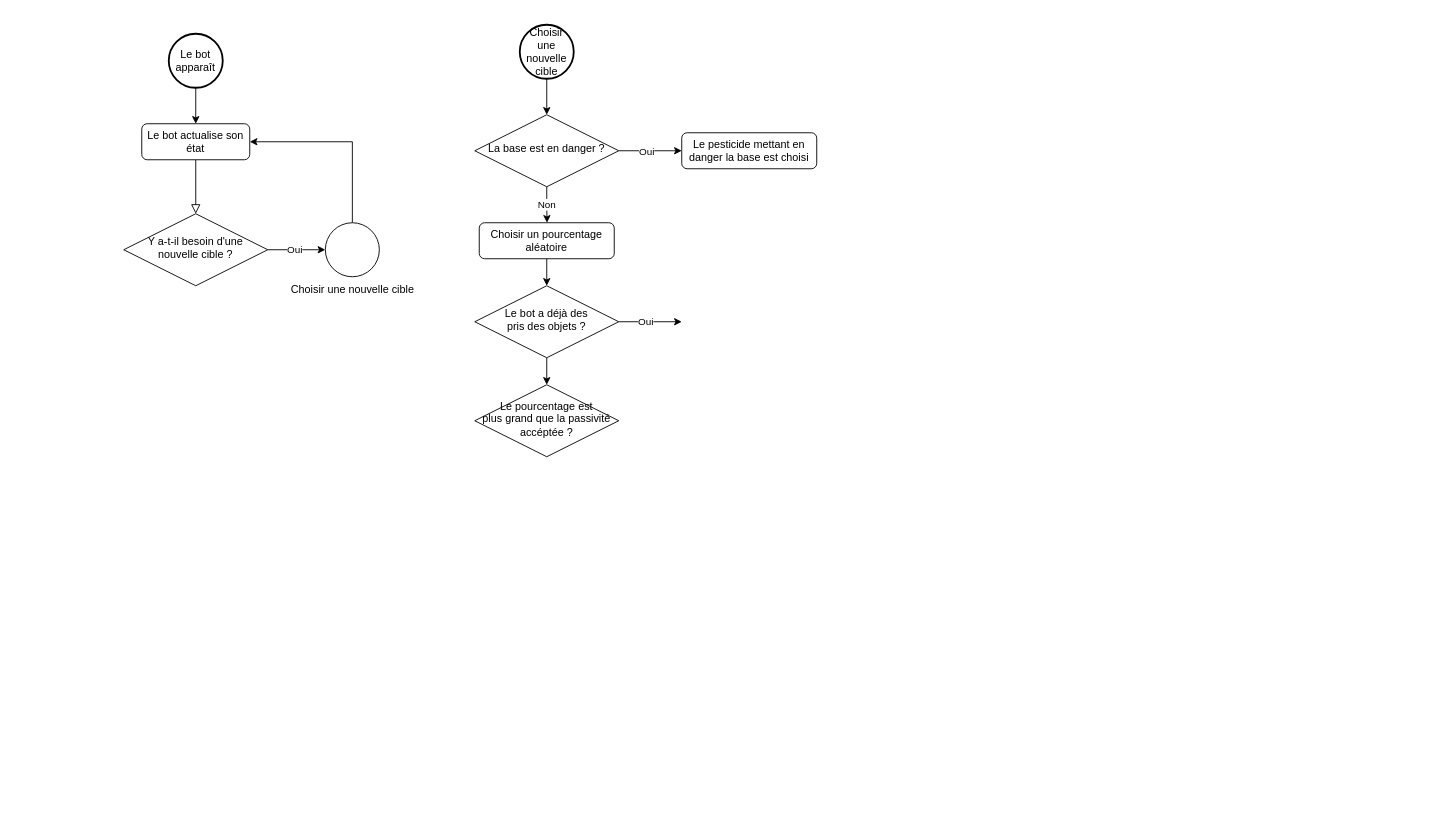
Earlier version of the draw.io diagram Documentation/BotsFlowchart.drawio (Neliott/BeesIO-Game). Source tidied: cells renumbered, new cells numbered last; positions are measured from the earlier drawing's top-left corner, leaving out a move shared by most shapes. Both pictures are drawn from the tidied source at 90%, with x=0, y=0 at pixel (123, 24).
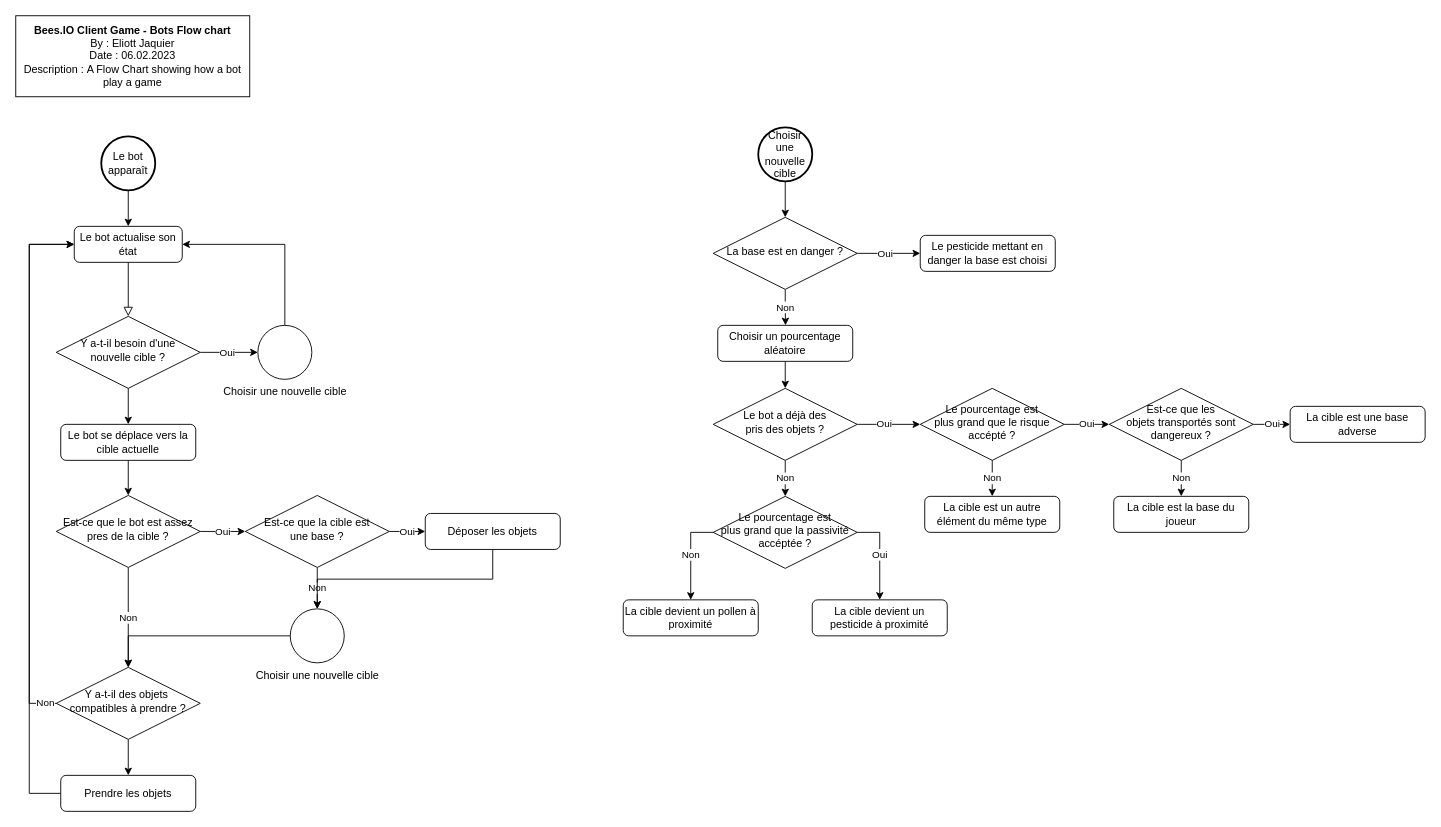
After the change.

Commit message (it also covers changes not shown here):
End of bots flowchart

Change to the diagram source:
```diff
@@
     <mxCell id="3" value="Le bot actualise son état" style="rounded=1;whiteSpace=wrap;html=1;fontSize=12;glass=0;strokeWidth=1;shadow=0;" parent="1" vertex="1">
-      <mxGeometry x="20" y="110" width="120" height="40" as="geometry" />
+      <mxGeometry x="-55" y="224" width="120" height="40" as="geometry" />
     </mxCell>
@@
+    <mxCell id="23" style="edgeStyle=orthogonalEdgeStyle;rounded=0;jettySize=auto;html=1;exitX=0.5;exitY=1;exitDx=0;exitDy=0;" parent="1" edge="1" source="5" target="38">
+      <mxGeometry relative="1" as="geometry" />
+    </mxCell>
     <mxCell id="5" value="Y a-t-il besoin d'une nouvelle cible ?" style="rhombus;whiteSpace=wrap;html=1;shadow=0;fontFamily=Helvetica;fontSize=12;align=center;strokeWidth=1;spacing=6;spacingTop=-4;" parent="1" vertex="1">
-      <mxGeometry y="210" width="160" height="80" as="geometry" />
+      <mxGeometry x="-75" y="324" width="160" height="80" as="geometry" />
     </mxCell>
@@
     <mxCell id="7" value="Le bot apparaît" style="strokeWidth=2;html=1;shape=mxgraph.flowchart.start_2;whiteSpace=wrap;" parent="1" vertex="1">
-      <mxGeometry x="50" y="10" width="60" height="60" as="geometry" />
+      <mxGeometry x="-25" y="124" width="60" height="60" as="geometry" />
     </mxCell>
@@
     <mxCell id="9" value="Choisir une nouvelle cible" style="verticalLabelPosition=bottom;verticalAlign=top;html=1;shape=mxgraph.flowchart.on-page_reference;" parent="1" vertex="1">
-      <mxGeometry x="224" y="220" width="60" height="60" as="geometry" />
+      <mxGeometry x="149" y="334" width="60" height="60" as="geometry" />
     </mxCell>
@@
     <mxCell id="11" value="Choisir une nouvelle cible" style="strokeWidth=2;html=1;shape=mxgraph.flowchart.start_2;whiteSpace=wrap;" parent="1" vertex="1">
-      <mxGeometry x="440" width="60" height="60" as="geometry" />
+      <mxGeometry x="705" y="114" width="60" height="60" as="geometry" />
     </mxCell>
@@
     <mxCell id="14" value="Non" style="edgeStyle=orthogonalEdgeStyle;rounded=0;jettySize=auto;html=1;exitX=0.5;exitY=1;exitDx=0;exitDy=0;" parent="1" edge="1" source="15">
       <mxGeometry relative="1" as="geometry">
-        <mxPoint x="470.3" y="220" as="targetPoint" />
+        <mxPoint x="735.3" y="334" as="targetPoint" />
       </mxGeometry>
     </mxCell>
     <mxCell id="15" value="La base est en danger ?" style="rhombus;whiteSpace=wrap;html=1;shadow=0;fontFamily=Helvetica;fontSize=12;align=center;strokeWidth=1;spacing=6;spacingTop=-4;" parent="1" vertex="1">
-      <mxGeometry x="390" y="100" width="160" height="80" as="geometry" />
+      <mxGeometry x="655" y="214" width="160" height="80" as="geometry" />
     </mxCell>
     <mxCell id="16" value="Le pesticide mettant en danger la base est choisi" style="rounded=1;whiteSpace=wrap;html=1;fontSize=12;glass=0;strokeWidth=1;shadow=0;" parent="1" vertex="1">
-      <mxGeometry x="620" y="120" width="150" height="40" as="geometry" />
+      <mxGeometry x="885" y="234" width="150" height="40" as="geometry" />
     </mxCell>
@@
     <mxCell id="18" value="Choisir un pourcentage aléatoire" style="rounded=1;whiteSpace=wrap;html=1;fontSize=12;glass=0;strokeWidth=1;shadow=0;" parent="1" vertex="1">
-      <mxGeometry x="395" y="220" width="150" height="40" as="geometry" />
+      <mxGeometry x="660" y="334" width="150" height="40" as="geometry" />
     </mxCell>
     <mxCell id="19" value="Oui" style="edgeStyle=orthogonalEdgeStyle;rounded=0;jettySize=auto;html=1;exitX=1;exitY=0.5;exitDx=0;exitDy=0;" parent="1" edge="1" source="21">
       <mxGeometry x="-0.14" relative="1" as="geometry">
-        <mxPoint x="620" y="330" as="targetPoint" />
+        <mxPoint x="885" y="444" as="targetPoint" />
       </mxGeometry>
     </mxCell>
-    <mxCell id="20" style="edgeStyle=orthogonalEdgeStyle;rounded=0;jettySize=auto;html=1;exitX=0.5;exitY=1;exitDx=0;exitDy=0;entryX=0.5;entryY=0;entryDx=0;entryDy=0;" parent="1" edge="1" source="21" target="22">
+    <mxCell id="20" value="Non" style="edgeStyle=orthogonalEdgeStyle;rounded=0;jettySize=auto;html=1;exitX=0.5;exitY=1;exitDx=0;exitDy=0;entryX=0.5;entryY=0;entryDx=0;entryDy=0;" parent="1" edge="1" source="21" target="22">
       <mxGeometry relative="1" as="geometry" />
     </mxCell>
     <mxCell id="21" value="Le bot a déjà des &lt;br&gt;pris des objets ?" style="rhombus;whiteSpace=wrap;html=1;shadow=0;fontFamily=Helvetica;fontSize=12;align=center;strokeWidth=1;spacing=6;spacingTop=-4;" parent="1" vertex="1">
-      <mxGeometry x="390" y="290" width="160" height="80" as="geometry" />
+      <mxGeometry x="655" y="404" width="160" height="80" as="geometry" />
     </mxCell>
+    <mxCell id="24" value="Non" style="edgeStyle=orthogonalEdgeStyle;rounded=0;jettySize=auto;html=1;exitX=0;exitY=0.5;exitDx=0;exitDy=0;entryX=0.5;entryY=0;entryDx=0;entryDy=0;" parent="1" edge="1" source="22" target="29">
+      <mxGeometry relative="1" as="geometry" />
+    </mxCell>
+    <mxCell id="25" value="Oui" style="edgeStyle=orthogonalEdgeStyle;rounded=0;jettySize=auto;html=1;exitX=1;exitY=0.5;exitDx=0;exitDy=0;entryX=0.5;entryY=0;entryDx=0;entryDy=0;" parent="1" edge="1" source="22" target="30">
+      <mxGeometry relative="1" as="geometry" />
+    </mxCell>
     <mxCell id="22" value="Le pourcentage est &lt;br&gt;plus grand que la passivité accéptée ?" style="rhombus;whiteSpace=wrap;html=1;shadow=0;fontFamily=Helvetica;fontSize=12;align=center;strokeWidth=1;spacing=6;spacingTop=-4;" parent="1" vertex="1">
-      <mxGeometry x="390" y="400" width="160" height="80" as="geometry" />
+      <mxGeometry x="655" y="524" width="160" height="80" as="geometry" />
     </mxCell>
+    <mxCell id="26" value="Oui" style="edgeStyle=orthogonalEdgeStyle;rounded=0;jettySize=auto;html=1;exitX=1;exitY=0.5;exitDx=0;exitDy=0;entryX=0;entryY=0.5;entryDx=0;entryDy=0;" parent="1" edge="1" source="28">
+      <mxGeometry relative="1" as="geometry">
+        <mxPoint x="1095" y="444" as="targetPoint" />
+      </mxGeometry>
+    </mxCell>
+    <mxCell id="27" value="Non" style="edgeStyle=orthogonalEdgeStyle;rounded=0;jettySize=auto;html=1;exitX=0.5;exitY=1;exitDx=0;exitDy=0;entryX=0.5;entryY=0;entryDx=0;entryDy=0;" parent="1" edge="1" source="28" target="31">
+      <mxGeometry relative="1" as="geometry" />
+    </mxCell>
+    <mxCell id="28" value="Le pourcentage est&lt;br&gt;plus grand que le risque accépté ?" style="rhombus;whiteSpace=wrap;html=1;shadow=0;fontFamily=Helvetica;fontSize=12;align=center;strokeWidth=1;spacing=6;spacingTop=-4;" parent="1" vertex="1">
+      <mxGeometry x="885" y="404" width="160" height="80" as="geometry" />
+    </mxCell>
+    <mxCell id="29" value="La cible devient un pollen à proximité" style="rounded=1;whiteSpace=wrap;html=1;fontSize=12;glass=0;strokeWidth=1;shadow=0;" parent="1" vertex="1">
+      <mxGeometry x="555" y="639" width="150" height="40" as="geometry" />
+    </mxCell>
+    <mxCell id="30" value="La cible devient un pesticide à proximité" style="rounded=1;whiteSpace=wrap;html=1;fontSize=12;glass=0;strokeWidth=1;shadow=0;" parent="1" vertex="1">
+      <mxGeometry x="765" y="639" width="150" height="40" as="geometry" />
+    </mxCell>
+    <mxCell id="31" value="La cible est un autre élément du même type" style="rounded=1;whiteSpace=wrap;html=1;fontSize=12;glass=0;strokeWidth=1;shadow=0;" parent="1" vertex="1">
+      <mxGeometry x="890" y="524" width="150" height="40" as="geometry" />
+    </mxCell>
+    <mxCell id="32" value="Non" style="edgeStyle=orthogonalEdgeStyle;rounded=0;jettySize=auto;html=1;exitX=0.5;exitY=1;exitDx=0;exitDy=0;entryX=0.5;entryY=0;entryDx=0;entryDy=0;" parent="1" edge="1" source="34" target="36">
+      <mxGeometry relative="1" as="geometry" />
+    </mxCell>
+    <mxCell id="33" value="Oui" style="edgeStyle=orthogonalEdgeStyle;rounded=0;jettySize=auto;html=1;exitX=1;exitY=0.5;exitDx=0;exitDy=0;entryX=0;entryY=0.5;entryDx=0;entryDy=0;" parent="1" edge="1" source="34" target="35">
+      <mxGeometry relative="1" as="geometry" />
+    </mxCell>
+    <mxCell id="34" value="Est-ce que les &lt;br&gt;objets transportés sont &lt;br&gt;dangereux ?" style="rhombus;whiteSpace=wrap;html=1;shadow=0;fontFamily=Helvetica;fontSize=12;align=center;strokeWidth=1;spacing=6;spacingTop=-4;" parent="1" vertex="1">
+      <mxGeometry x="1095" y="404" width="160" height="80" as="geometry" />
+    </mxCell>
+    <mxCell id="35" value="La cible est une base adverse" style="rounded=1;whiteSpace=wrap;html=1;fontSize=12;glass=0;strokeWidth=1;shadow=0;" parent="1" vertex="1">
+      <mxGeometry x="1296" y="424" width="150" height="40" as="geometry" />
+    </mxCell>
+    <mxCell id="36" value="La cible est la base du joueur" style="rounded=1;whiteSpace=wrap;html=1;fontSize=12;glass=0;strokeWidth=1;shadow=0;" parent="1" vertex="1">
+      <mxGeometry x="1100" y="524" width="150" height="40" as="geometry" />
+    </mxCell>
+    <mxCell id="37" style="edgeStyle=orthogonalEdgeStyle;rounded=0;jettySize=auto;html=1;exitX=0.5;exitY=1;exitDx=0;exitDy=0;entryX=0.5;entryY=0;entryDx=0;entryDy=0;" parent="1" edge="1" source="38" target="41">
+      <mxGeometry relative="1" as="geometry" />
+    </mxCell>
+    <mxCell id="38" value="Le bot se déplace vers la cible actuelle" style="rounded=1;whiteSpace=wrap;html=1;fontSize=12;glass=0;strokeWidth=1;shadow=0;" parent="1" vertex="1">
+      <mxGeometry x="-70" y="444" width="150" height="40" as="geometry" />
+    </mxCell>
+    <mxCell id="39" value="Oui" style="edgeStyle=orthogonalEdgeStyle;rounded=0;jettySize=auto;html=1;exitX=1;exitY=0.5;exitDx=0;exitDy=0;entryX=0;entryY=0.5;entryDx=0;entryDy=0;" parent="1" edge="1" source="41" target="49">
+      <mxGeometry relative="1" as="geometry" />
+    </mxCell>
+    <mxCell id="40" value="Non" style="edgeStyle=orthogonalEdgeStyle;rounded=0;jettySize=auto;html=1;exitX=0.5;exitY=1;exitDx=0;exitDy=0;entryX=0.5;entryY=0;entryDx=0;entryDy=0;" parent="1" edge="1" source="41" target="46">
+      <mxGeometry relative="1" as="geometry" />
+    </mxCell>
+    <mxCell id="41" value="Est-ce que le bot est assez pres de la cible ?" style="rhombus;whiteSpace=wrap;html=1;shadow=0;fontFamily=Helvetica;fontSize=12;align=center;strokeWidth=1;spacing=6;spacingTop=-4;" parent="1" vertex="1">
+      <mxGeometry x="-75" y="523" width="160" height="80" as="geometry" />
+    </mxCell>
+    <mxCell id="42" style="edgeStyle=orthogonalEdgeStyle;rounded=0;jettySize=auto;html=1;exitX=0;exitY=0.5;exitDx=0;exitDy=0;exitPerimeter=0;" parent="1" edge="1" source="43" target="46">
+      <mxGeometry relative="1" as="geometry" />
+    </mxCell>
+    <mxCell id="43" value="Choisir une nouvelle cible" style="verticalLabelPosition=bottom;verticalAlign=top;html=1;shape=mxgraph.flowchart.on-page_reference;" parent="1" vertex="1">
+      <mxGeometry x="185" y="649" width="60" height="60" as="geometry" />
+    </mxCell>
+    <mxCell id="44" value="Non" style="edgeStyle=orthogonalEdgeStyle;rounded=0;jettySize=auto;html=1;exitX=0;exitY=0.5;exitDx=0;exitDy=0;entryX=0;entryY=0.5;entryDx=0;entryDy=0;" parent="1" edge="1" source="46" target="3">
+      <mxGeometry x="-0.96" relative="1" as="geometry">
+        <Array as="points">
+          <mxPoint x="-105" y="754" />
+          <mxPoint x="-105" y="244" />
+        </Array>
+      </mxGeometry>
+    </mxCell>
+    <mxCell id="45" style="edgeStyle=orthogonalEdgeStyle;rounded=0;jettySize=auto;html=1;exitX=0.5;exitY=1;exitDx=0;exitDy=0;entryX=0.5;entryY=0;entryDx=0;entryDy=0;" parent="1" edge="1" source="46" target="53">
+      <mxGeometry relative="1" as="geometry" />
+    </mxCell>
+    <mxCell id="46" value="Y a-t-il des objets&amp;nbsp;&lt;br&gt;compatibles à prendre ?" style="rhombus;whiteSpace=wrap;html=1;shadow=0;fontFamily=Helvetica;fontSize=12;align=center;strokeWidth=1;spacing=6;spacingTop=-4;" parent="1" vertex="1">
+      <mxGeometry x="-75" y="714" width="160" height="80" as="geometry" />
+    </mxCell>
+    <mxCell id="47" value="Oui" style="edgeStyle=orthogonalEdgeStyle;rounded=0;jettySize=auto;html=1;exitX=1;exitY=0.5;exitDx=0;exitDy=0;entryX=0;entryY=0.5;entryDx=0;entryDy=0;" parent="1" edge="1" source="49" target="51">
+      <mxGeometry relative="1" as="geometry" />
+    </mxCell>
+    <mxCell id="48" value="Non" style="edgeStyle=orthogonalEdgeStyle;rounded=0;jettySize=auto;html=1;exitX=0.5;exitY=1;exitDx=0;exitDy=0;entryX=0.5;entryY=0;entryDx=0;entryDy=0;entryPerimeter=0;" parent="1" edge="1" source="49" target="43">
+      <mxGeometry relative="1" as="geometry" />
+    </mxCell>
+    <mxCell id="49" value="Est-ce que la cible est &lt;br&gt;une base ?" style="rhombus;whiteSpace=wrap;html=1;shadow=0;fontFamily=Helvetica;fontSize=12;align=center;strokeWidth=1;spacing=6;spacingTop=-4;" parent="1" vertex="1">
+      <mxGeometry x="135" y="523" width="160" height="80" as="geometry" />
+    </mxCell>
+    <mxCell id="50" style="edgeStyle=orthogonalEdgeStyle;rounded=0;jettySize=auto;html=1;exitX=0.5;exitY=1;exitDx=0;exitDy=0;entryX=0.5;entryY=0;entryDx=0;entryDy=0;entryPerimeter=0;" parent="1" edge="1" source="51" target="43">
+      <mxGeometry relative="1" as="geometry" />
+    </mxCell>
+    <mxCell id="51" value="Déposer les objets" style="rounded=1;whiteSpace=wrap;html=1;fontSize=12;glass=0;strokeWidth=1;shadow=0;" parent="1" vertex="1">
+      <mxGeometry x="335" y="543" width="150" height="40" as="geometry" />
+    </mxCell>
+    <mxCell id="52" style="edgeStyle=orthogonalEdgeStyle;rounded=0;jettySize=auto;html=1;exitX=0;exitY=0.5;exitDx=0;exitDy=0;entryX=0;entryY=0.5;entryDx=0;entryDy=0;" parent="1" edge="1" source="53" target="3">
+      <mxGeometry relative="1" as="geometry">
+        <Array as="points">
+          <mxPoint x="-105" y="854" />
+          <mxPoint x="-105" y="244" />
+        </Array>
+      </mxGeometry>
+    </mxCell>
+    <mxCell id="53" value="Prendre les objets" style="rounded=1;whiteSpace=wrap;html=1;fontSize=12;glass=0;strokeWidth=1;shadow=0;" parent="1" vertex="1">
+      <mxGeometry x="-70" y="834" width="150" height="40" as="geometry" />
+    </mxCell>
+    <mxCell id="54" value="&lt;b&gt;Bees.IO Client Game - Bots Flow chart&lt;/b&gt;&lt;br&gt;By : Eliott Jaquier&lt;br&gt;Date : 06.02.2023&lt;br&gt;Description :&amp;nbsp;A Flow Chart showing how a bot play a game" style="rounded=0;whiteSpace=wrap;html=1;" parent="1" vertex="1">
+      <mxGeometry x="-120" y="-10" width="260" height="90" as="geometry" />
+    </mxCell>
```
